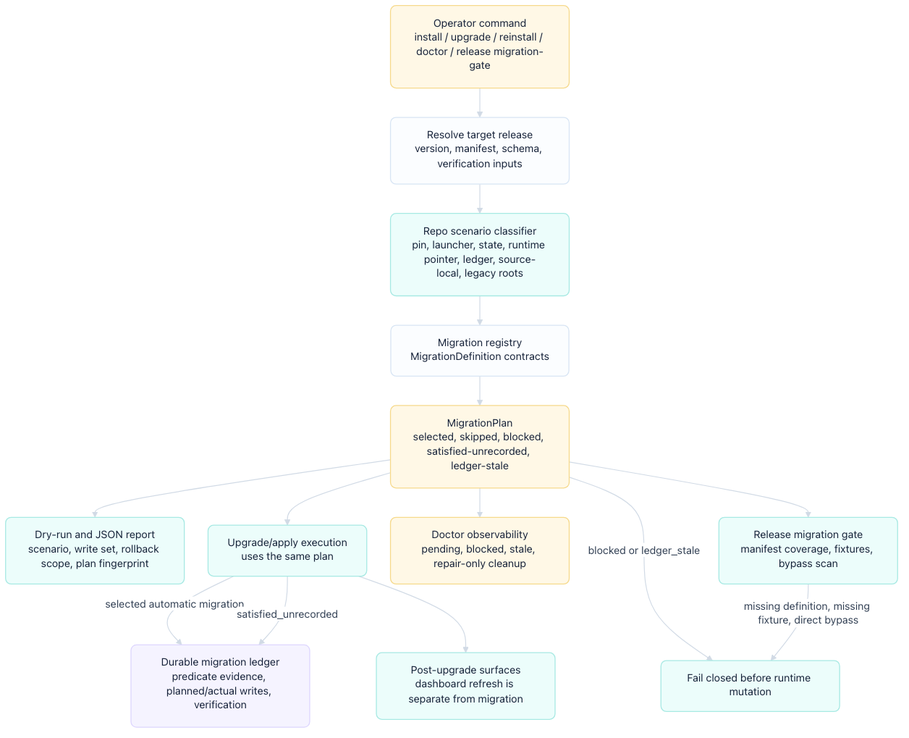
This is odylith/atlas/source/migration-runtime-upgrade-transaction-flow.png from odylith/odylith, a Mermaid export, as it was before one commit. Its source is kept beside it as odylith/atlas/source/migration-runtime-upgrade-transaction-flow.mmd.
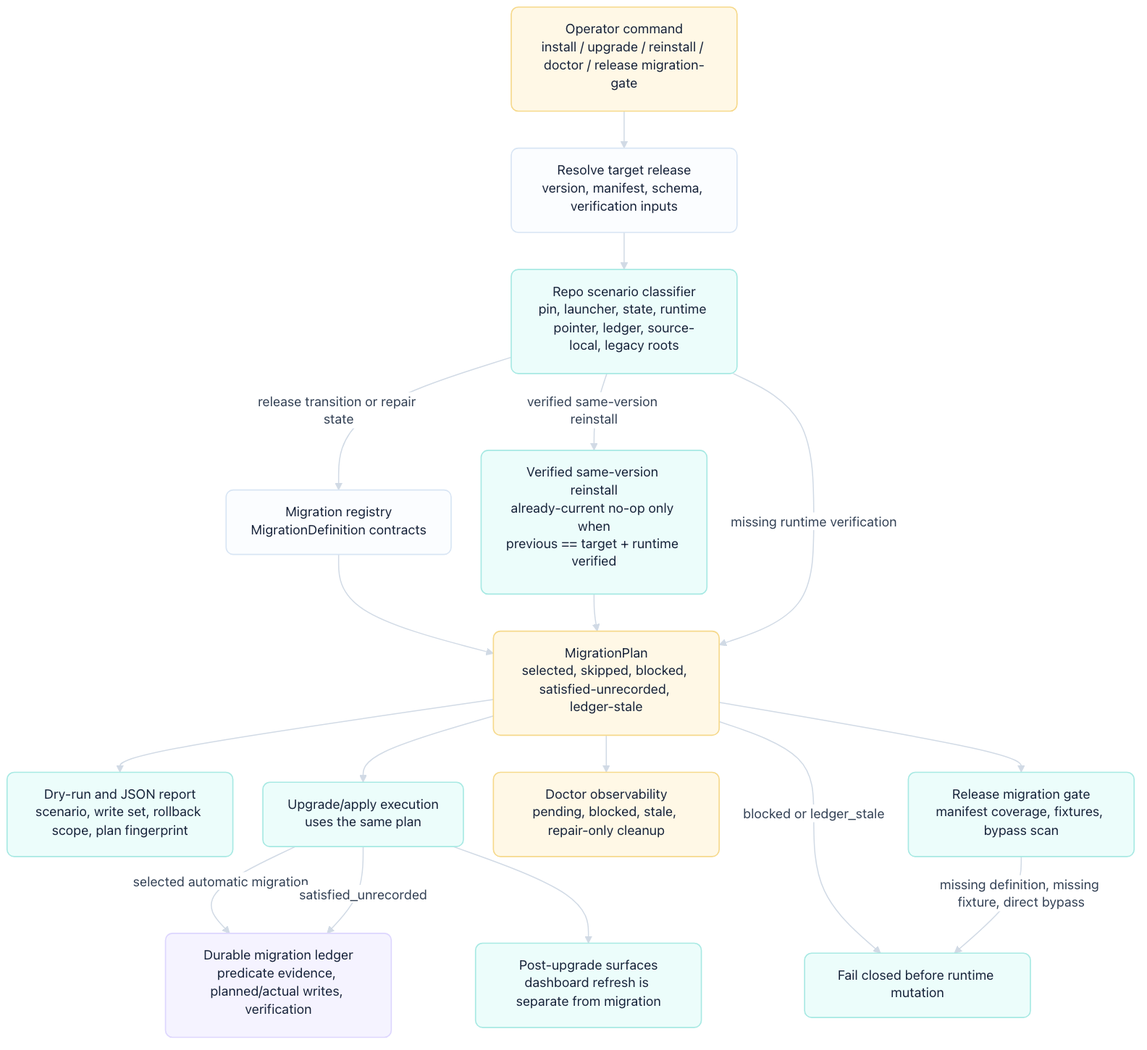
The same file after the commit.

What changed in the source:
```diff
@@ -2,6 +2,7 @@
     operator["Operator command<br/>install / upgrade / reinstall / doctor / release migration-gate"]
     resolver["Resolve target release<br/>version, manifest, schema, verification inputs"]
     classifier["Repo scenario classifier<br/>pin, launcher, state, runtime pointer, ledger, source-local, legacy roots"]
+    noop["Verified same-version reinstall<br/>already-current no-op only when<br/>previous == target + runtime verified"]
     registry["Migration registry<br/>MigrationDefinition contracts"]
     planner["MigrationPlan<br/>selected, skipped, blocked, satisfied-unrecorded, ledger-stale"]
     dryrun["Dry-run and JSON report<br/>scenario, write set, rollback scope, plan fingerprint"]
@@ -12,7 +13,10 @@
     block["Fail closed before runtime mutation"]
     surfaces["Post-upgrade surfaces<br/>dashboard refresh is separate from migration"]
 
-    operator --> resolver --> classifier --> registry --> planner
+    operator --> resolver --> classifier
+    classifier -->|"release transition or repair state"| registry --> planner
+    classifier -->|"verified same-version reinstall"| noop --> planner
+    classifier -->|"missing runtime verification"| planner
     planner --> dryrun
     planner --> apply
     planner --> doctor
```
